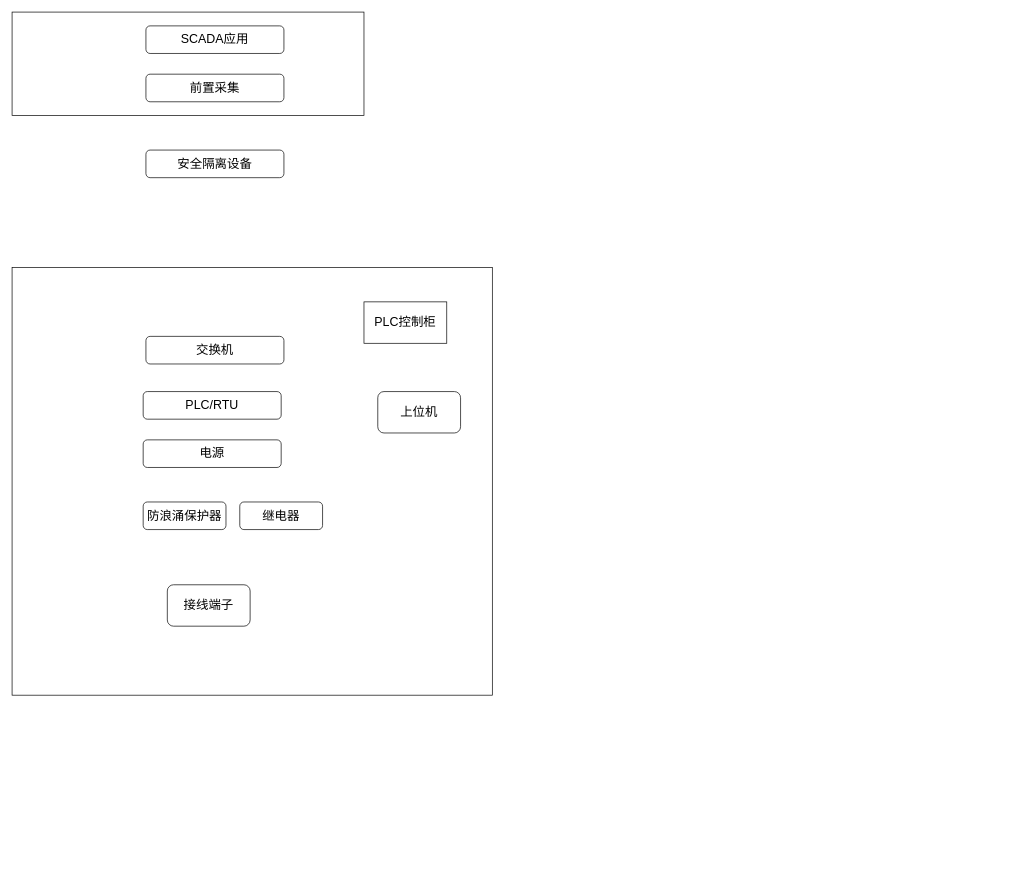
The draw.io diagram 典型的SCADA架构.drawio in Abccccd/-2, before the edit. Source tidied: cells renumbered, new cells numbered last; positions are measured from the earlier drawing's top-left corner, leaving out a move shared by most shapes. Both pictures are drawn from the tidied source at 69%, with x=0, y=0 at pixel (12, 12).
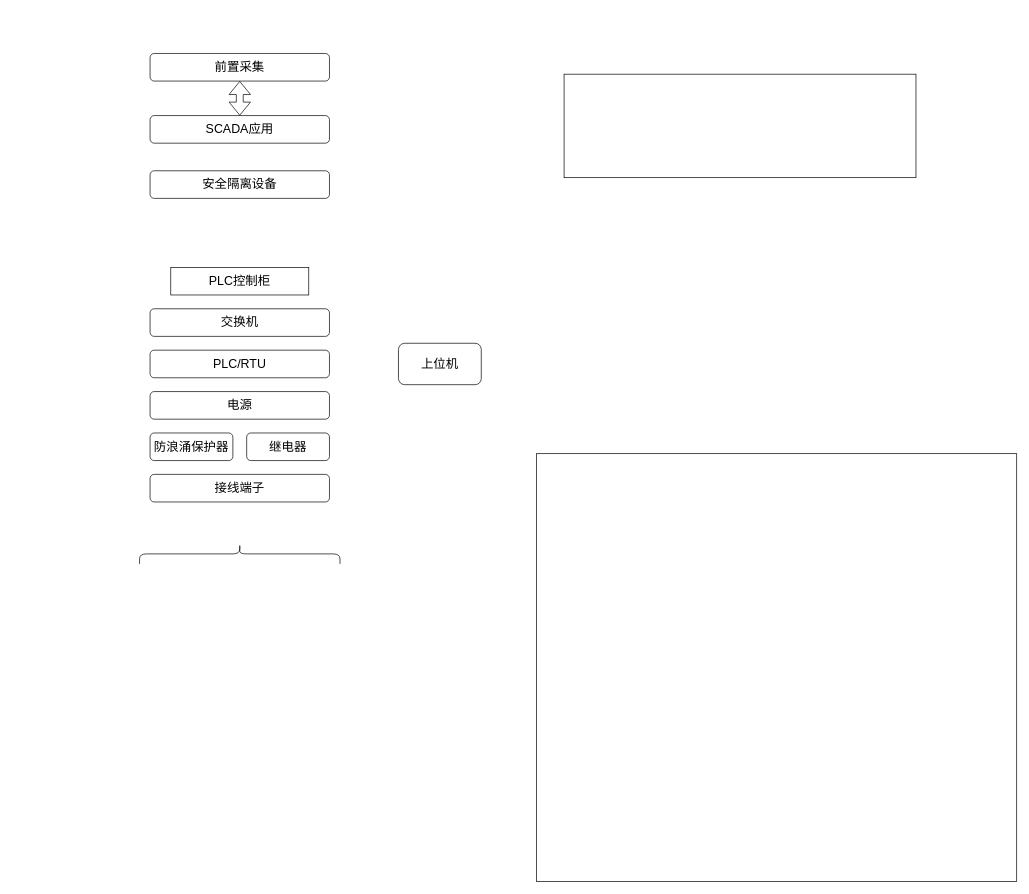
Above is the later version.

Commit message (it also covers changes not shown here):
典型的SCADA架构.drawio

The edit, as a diff of the source:
```diff
@@
 <mxGraphModel>
   <root>
     <mxCell id="0" />
     <mxCell id="1" parent="0" />
     <mxCell id="2" style="rounded=0;whiteSpace=wrap;html=1;" parent="1" vertex="1">
-      <mxGeometry y="370" width="696" height="620" as="geometry" />
+      <mxGeometry x="760" y="640" width="696" height="620" as="geometry" />
     </mxCell>
     <mxCell id="3" style="rounded=0;whiteSpace=wrap;html=1;" parent="1" vertex="1">
-      <mxGeometry width="510" height="150" as="geometry" />
+      <mxGeometry x="800" y="90" width="510" height="150" as="geometry" />
     </mxCell>
     <mxCell id="4" value="&lt;font style=&quot;font-size: 18px;&quot;&gt;SCADA应用&lt;/font&gt;" style="rounded=1;whiteSpace=wrap;html=1;" parent="1" vertex="1">
-      <mxGeometry x="194" y="20" width="200" height="40" as="geometry" />
+      <mxGeometry x="200" y="150" width="260" height="40" as="geometry" />
     </mxCell>
     <mxCell id="5" value="&lt;font style=&quot;font-size: 18px;&quot;&gt;前置采集&lt;/font&gt;" style="rounded=1;whiteSpace=wrap;html=1;" parent="1" vertex="1">
-      <mxGeometry x="194" y="90" width="200" height="40" as="geometry" />
+      <mxGeometry x="200" y="60" width="260" height="40" as="geometry" />
     </mxCell>
     <mxCell id="6" value="&lt;font style=&quot;font-size: 18px;&quot;&gt;安全隔离设备&lt;/font&gt;" style="rounded=1;whiteSpace=wrap;html=1;" parent="1" vertex="1">
-      <mxGeometry x="194" y="200" width="200" height="40" as="geometry" />
+      <mxGeometry x="200" y="230" width="260" height="40" as="geometry" />
     </mxCell>
     <mxCell id="7" value="&lt;font style=&quot;font-size: 18px;&quot;&gt;PLC控制柜&lt;/font&gt;" style="rounded=0;whiteSpace=wrap;html=1;" parent="1" vertex="1">
-      <mxGeometry x="510" y="420" width="120" height="60" as="geometry" />
+      <mxGeometry x="230" y="370" width="200" height="40" as="geometry" />
     </mxCell>
     <mxCell id="8" value="&lt;font style=&quot;font-size: 18px;&quot;&gt;交换机&lt;/font&gt;" style="rounded=1;whiteSpace=wrap;html=1;" parent="1" vertex="1">
-      <mxGeometry x="194" y="470" width="200" height="40" as="geometry" />
+      <mxGeometry x="200" y="430" width="260" height="40" as="geometry" />
     </mxCell>
     <mxCell id="9" value="&lt;span style=&quot;font-size: 18px;&quot;&gt;PLC/RTU&lt;/span&gt;" style="rounded=1;whiteSpace=wrap;html=1;" parent="1" vertex="1">
-      <mxGeometry x="190" y="550" width="200" height="40" as="geometry" />
+      <mxGeometry x="200" y="490" width="260" height="40" as="geometry" />
     </mxCell>
     <mxCell id="10" value="&lt;span style=&quot;font-size: 18px;&quot;&gt;电源&lt;/span&gt;" style="rounded=1;whiteSpace=wrap;html=1;" parent="1" vertex="1">
-      <mxGeometry x="190" y="620" width="200" height="40" as="geometry" />
+      <mxGeometry x="200" y="550" width="260" height="40" as="geometry" />
     </mxCell>
     <mxCell id="11" value="&lt;span style=&quot;font-size: 18px;&quot;&gt;防浪涌保护器&lt;/span&gt;" style="rounded=1;whiteSpace=wrap;html=1;" parent="1" vertex="1">
-      <mxGeometry x="190" y="710" width="120" height="40" as="geometry" />
+      <mxGeometry x="200" y="610" width="120" height="40" as="geometry" />
     </mxCell>
     <mxCell id="12" value="&lt;span style=&quot;font-size: 18px;&quot;&gt;继电器&lt;/span&gt;" style="rounded=1;whiteSpace=wrap;html=1;" parent="1" vertex="1">
-      <mxGeometry x="330" y="710" width="120" height="40" as="geometry" />
+      <mxGeometry x="340" y="610" width="120" height="40" as="geometry" />
     </mxCell>
     <mxCell id="13" value="&lt;span style=&quot;font-size: 18px;&quot;&gt;接线端子&lt;/span&gt;" style="rounded=1;whiteSpace=wrap;html=1;" parent="1" vertex="1">
-      <mxGeometry x="225" y="830" width="120" height="60" as="geometry" />
+      <mxGeometry x="200" y="670" width="260" height="40" as="geometry" />
     </mxCell>
     <mxCell id="14" value="&lt;span style=&quot;font-size: 18px;&quot;&gt;上位机&lt;/span&gt;" style="rounded=1;whiteSpace=wrap;html=1;" parent="1" vertex="1">
-      <mxGeometry x="530" y="550" width="120" height="60" as="geometry" />
+      <mxGeometry x="560" y="480" width="120" height="60" as="geometry" />
     </mxCell>
+    <mxCell id="15" style="shape=flexArrow;endArrow=classic;startArrow=classic;html=1;rounded=0;entryX=0.5;entryY=1;entryDx=0;entryDy=0;" parent="1" edge="1" target="5">
+      <mxGeometry relative="1" as="geometry">
+        <mxPoint x="330" y="150" as="sourcePoint" />
+      </mxGeometry>
+    </mxCell>
+    <mxCell id="16" style="shape=curlyBracket;whiteSpace=wrap;html=1;rounded=1;flipH=1;labelPosition=right;verticalLabelPosition=middle;align=left;verticalAlign=middle;rotation=-90;" parent="1" vertex="1">
+      <mxGeometry x="315.5" y="640" width="29" height="290.5" as="geometry" />
+    </mxCell>
   </root>
 </mxGraphModel>
```
